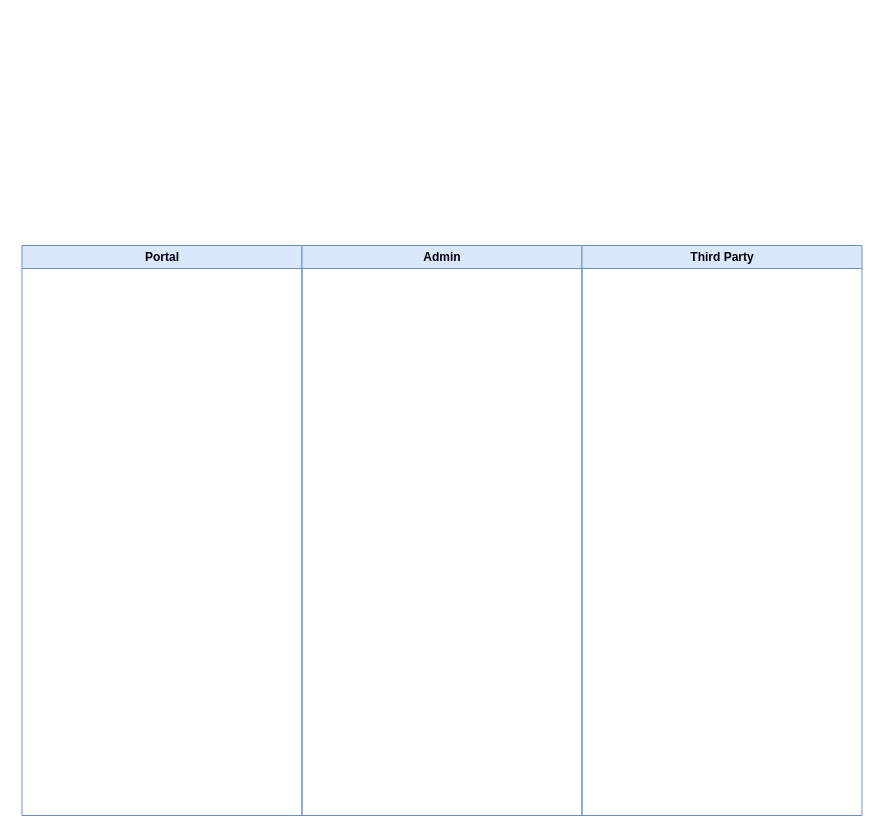
Above: page "Member" (1 of 4) of EPS-WEB-APP.drawio in Done-Yang/eps-data-flow (draw.io), before the change. Source tidied: cells renumbered, new cells numbered last; positions are measured from the earlier drawing's top-left corner, leaving out a move shared by most shapes. Both pictures are drawn from the tidied source at 100%, with x=0, y=0 at pixel (21, 245).
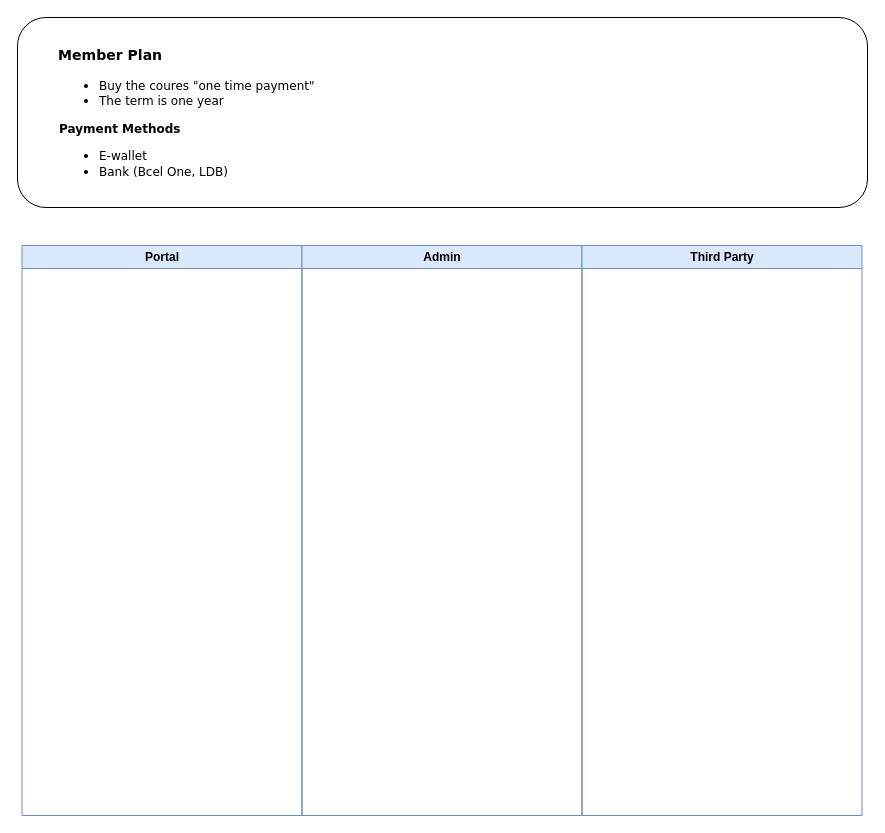
Above is the later version.

Change to the diagram source:
```diff
@@
 <mxGraphModel>
   <root>
     <mxCell id="0" />
     <mxCell id="1" parent="0" />
     <mxCell id="2" value="Portal" style="swimlane;whiteSpace=wrap;startSize=23;fillColor=#dae8fc;strokeColor=#6c8ebf;" parent="1" vertex="1">
       <mxGeometry x="0.5" width="280" height="570" as="geometry" />
     </mxCell>
     <mxCell id="3" value="Admin" style="swimlane;whiteSpace=wrap;fillColor=#dae8fc;strokeColor=#6c8ebf;" parent="1" vertex="1">
       <mxGeometry x="280.5" width="280" height="570" as="geometry" />
     </mxCell>
     <mxCell id="4" value="Third Party" style="swimlane;whiteSpace=wrap;fillColor=#dae8fc;strokeColor=#6c8ebf;" parent="1" vertex="1">
       <mxGeometry x="560.5" width="280" height="570" as="geometry" />
     </mxCell>
+    <mxCell id="5" value="&lt;h3&gt;&lt;font face=&quot;Verdana&quot;&gt;&lt;span style=&quot;white-space: pre;&quot;&gt;&#9;&lt;/span&gt;Member Plan&lt;/font&gt;&lt;/h3&gt;&lt;blockquote&gt;&lt;ul&gt;&lt;li&gt;&lt;font face=&quot;Verdana&quot;&gt;Buy the coures &quot;one time payment&quot;&lt;/font&gt;&lt;/li&gt;&lt;li style=&quot;&quot;&gt;&lt;font face=&quot;Verdana&quot;&gt;The term is one year&lt;/font&gt;&lt;/li&gt;&lt;/ul&gt;&lt;font face=&quot;Verdana&quot;&gt;&lt;b&gt;Payment Methods&lt;/b&gt;&lt;/font&gt;&lt;/blockquote&gt;&lt;blockquote&gt;&lt;ul&gt;&lt;li&gt;&lt;font face=&quot;Verdana&quot;&gt;E-wallet&lt;/font&gt;&lt;/li&gt;&lt;li&gt;&lt;font face=&quot;Verdana&quot;&gt;Bank (Bcel One, LDB)&lt;/font&gt;&lt;/li&gt;&lt;/ul&gt;&lt;/blockquote&gt;" style="rounded=1;whiteSpace=wrap;html=1;hachureGap=4;fontFamily=Architects Daughter;align=left;" parent="1" vertex="1">
+      <mxGeometry x="-4" y="-228" width="850" height="190" as="geometry" />
+    </mxCell>
   </root>
 </mxGraphModel>
```
